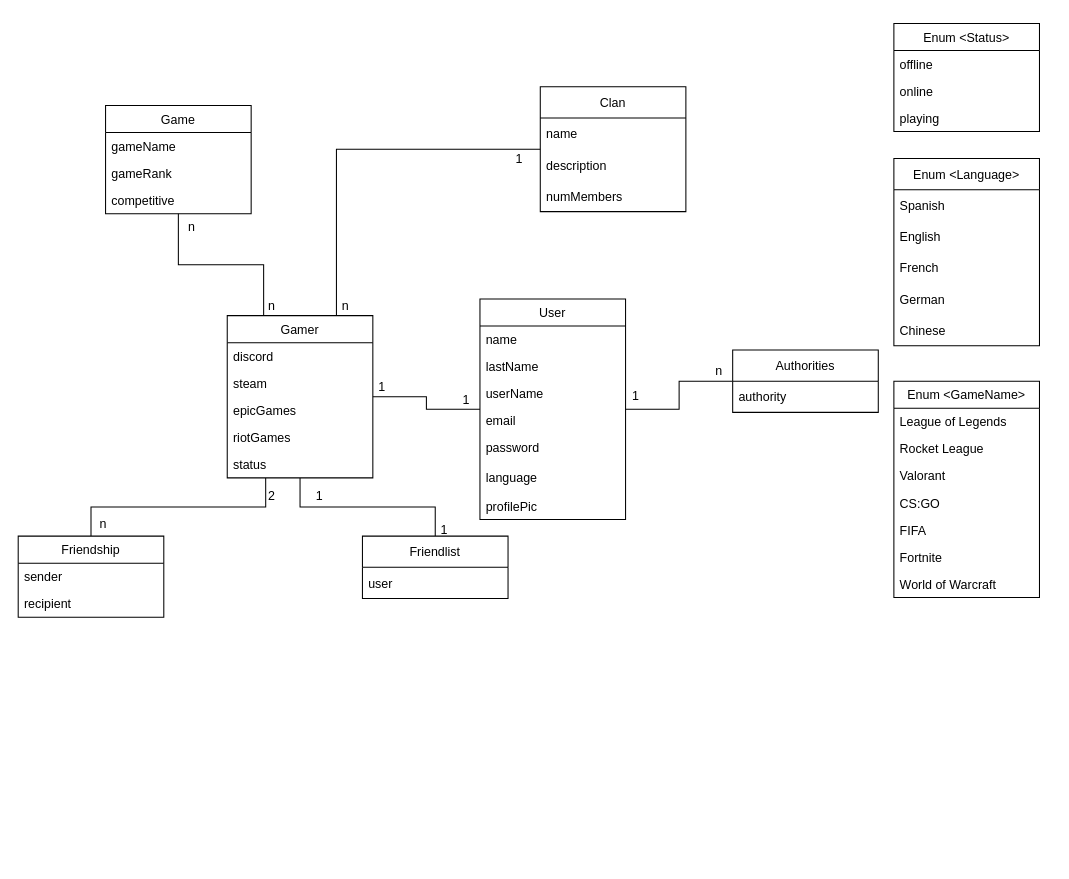
This is Documentación/UML.drawio from javmarjae/TFG, a draw.io file, before an edit. Source tidied: cells renumbered, new cells numbered last; positions are measured from the earlier drawing's top-left corner, leaving out a move shared by most shapes. Both pictures are drawn from the tidied source at 104%, with x=0, y=0 at pixel (18, 23).
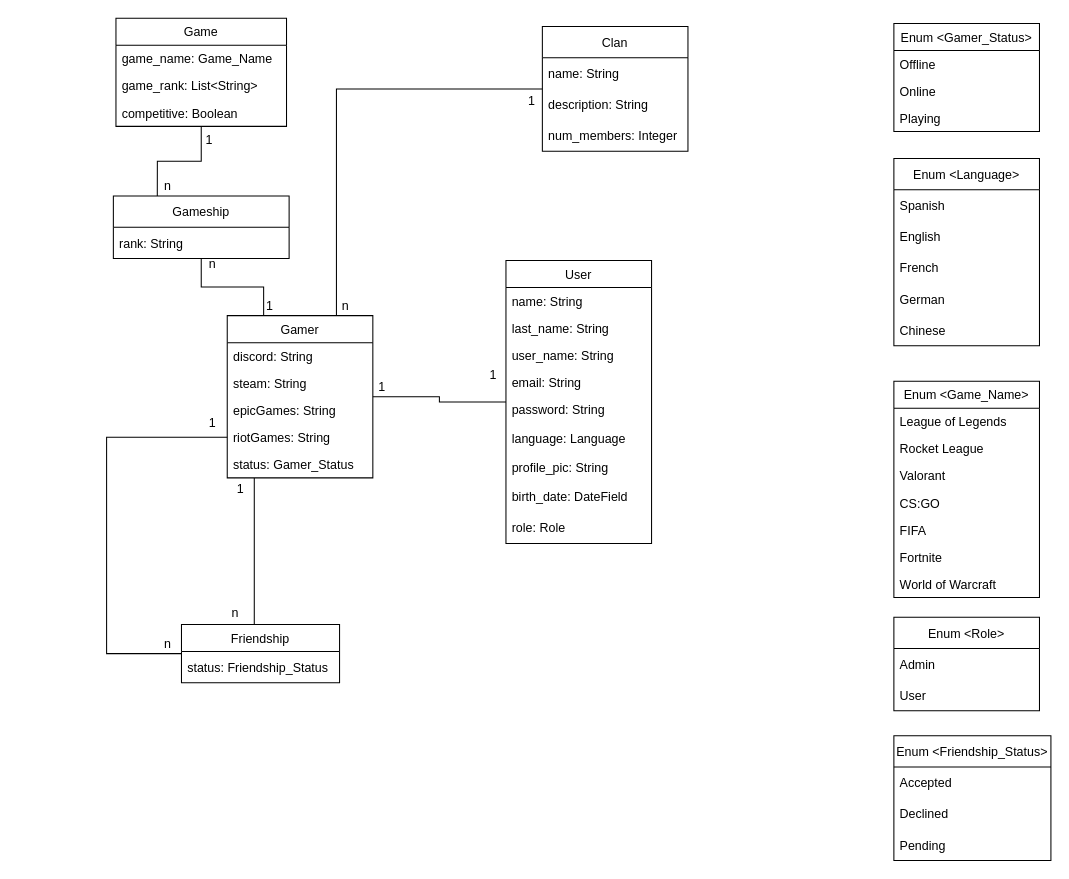
The same diagram, later.

Commit message (it also covers changes not shown here):
Fin UML e inicio de codigo

Unchanged cells that the change refers to:
```xml
<mxCell id="28" value="Gamer" style="swimlane;fontStyle=0;horizontal=1;startSize=26;fillColor=none;" parent="1" vertex="1">
  <mxGeometry x="201" y="281" width="140" height="156" as="geometry" />
</mxCell>
```

Change to the diagram source:
```diff
@@
     <mxCell id="3" value="User" style="swimlane;fontStyle=0;horizontal=1;startSize=26;fillColor=none;" parent="1" vertex="1">
-      <mxGeometry x="444" y="265" width="140" height="212" as="geometry" />
+      <mxGeometry x="469" y="228" width="140" height="272" as="geometry" />
     </mxCell>
-    <mxCell id="4" value="name" style="text;strokeColor=none;fillColor=none;align=left;verticalAlign=top;spacingLeft=4;spacingRight=4;overflow=hidden;" parent="3" vertex="1">
+    <mxCell id="4" value="name: String" style="text;strokeColor=none;fillColor=none;align=left;verticalAlign=top;spacingLeft=4;spacingRight=4;overflow=hidden;" parent="3" vertex="1">
       <mxGeometry y="26" width="140" height="26" as="geometry" />
     </mxCell>
-    <mxCell id="5" value="lastName" style="text;strokeColor=none;fillColor=none;align=left;verticalAlign=top;spacingLeft=4;spacingRight=4;overflow=hidden;" parent="3" vertex="1">
+    <mxCell id="5" value="last_name: String" style="text;strokeColor=none;fillColor=none;align=left;verticalAlign=top;spacingLeft=4;spacingRight=4;overflow=hidden;" parent="3" vertex="1">
       <mxGeometry y="52" width="140" height="26" as="geometry" />
     </mxCell>
-    <mxCell id="6" value="userName" style="text;strokeColor=none;fillColor=none;align=left;verticalAlign=top;spacingLeft=4;spacingRight=4;overflow=hidden;" parent="3" vertex="1">
+    <mxCell id="6" value="user_name: String" style="text;strokeColor=none;fillColor=none;align=left;verticalAlign=top;spacingLeft=4;spacingRight=4;overflow=hidden;" parent="3" vertex="1">
       <mxGeometry y="78" width="140" height="26" as="geometry" />
     </mxCell>
-    <mxCell id="7" value="email" style="text;strokeColor=none;fillColor=none;align=left;verticalAlign=top;spacingLeft=4;spacingRight=4;overflow=hidden;" parent="3" vertex="1">
+    <mxCell id="7" value="email: String" style="text;strokeColor=none;fillColor=none;align=left;verticalAlign=top;spacingLeft=4;spacingRight=4;overflow=hidden;" parent="3" vertex="1">
       <mxGeometry y="104" width="140" height="26" as="geometry" />
     </mxCell>
-    <mxCell id="8" value="password" style="text;strokeColor=none;fillColor=none;align=left;verticalAlign=top;spacingLeft=4;spacingRight=4;overflow=hidden;" parent="3" vertex="1">
+    <mxCell id="8" value="password: String" style="text;strokeColor=none;fillColor=none;align=left;verticalAlign=top;spacingLeft=4;spacingRight=4;overflow=hidden;" parent="3" vertex="1">
       <mxGeometry y="130" width="140" height="26" as="geometry" />
     </mxCell>
-    <mxCell id="9" value="language" style="text;strokeColor=none;fillColor=none;align=left;verticalAlign=middle;spacingLeft=4;spacingRight=4;overflow=hidden;" parent="3" vertex="1">
+    <mxCell id="9" value="language: Language" style="text;strokeColor=none;fillColor=none;align=left;verticalAlign=middle;spacingLeft=4;spacingRight=4;overflow=hidden;" parent="3" vertex="1">
       <mxGeometry y="156" width="140" height="30" as="geometry" />
     </mxCell>
-    <mxCell id="10" value="profilePic" style="text;strokeColor=none;fillColor=none;align=left;verticalAlign=top;spacingLeft=4;spacingRight=4;overflow=hidden;" parent="3" vertex="1">
+    <mxCell id="10" value="profile_pic: String" style="text;strokeColor=none;fillColor=none;align=left;verticalAlign=top;spacingLeft=4;spacingRight=4;overflow=hidden;" parent="3" vertex="1">
       <mxGeometry y="186" width="140" height="26" as="geometry" />
     </mxCell>
+    <mxCell id="67" value="birth_date: DateField" style="text;strokeColor=none;fillColor=none;align=left;verticalAlign=middle;spacingLeft=4;spacingRight=4;overflow=hidden;" parent="3" vertex="1">
+      <mxGeometry y="212" width="140" height="30" as="geometry" />
+    </mxCell>
+    <mxCell id="68" value="role: Role" style="text;strokeColor=none;fillColor=none;align=left;verticalAlign=middle;spacingLeft=4;spacingRight=4;overflow=hidden;" parent="3" vertex="1">
+      <mxGeometry y="242" width="140" height="30" as="geometry" />
+    </mxCell>
     <mxCell id="11" value="Game" style="swimlane;fontStyle=0;horizontal=1;startSize=26;fillColor=none;" parent="1" vertex="1">
-      <mxGeometry x="84" y="79" width="140" height="104" as="geometry" />
+      <mxGeometry x="94" y="-5" width="164" height="104" as="geometry" />
     </mxCell>
-    <mxCell id="12" value="gameName" style="text;strokeColor=none;fillColor=none;align=left;verticalAlign=top;spacingLeft=4;spacingRight=4;overflow=hidden;" parent="11" vertex="1">
-      <mxGeometry y="26" width="140" height="26" as="geometry" />
+    <mxCell id="12" value="game_name: Game_Name" style="text;strokeColor=none;fillColor=none;align=left;verticalAlign=top;spacingLeft=4;spacingRight=4;overflow=hidden;" parent="11" vertex="1">
+      <mxGeometry y="26" width="164" height="26" as="geometry" />
     </mxCell>
-    <mxCell id="13" value="gameRank" style="text;strokeColor=none;fillColor=none;align=left;verticalAlign=top;spacingLeft=4;spacingRight=4;overflow=hidden;" parent="11" vertex="1">
-      <mxGeometry y="52" width="140" height="26" as="geometry" />
+    <mxCell id="13" value="game_rank: List&lt;String&gt;" style="text;strokeColor=none;fillColor=none;align=left;verticalAlign=top;spacingLeft=4;spacingRight=4;overflow=hidden;" parent="11" vertex="1">
+      <mxGeometry y="52" width="164" height="26" as="geometry" />
     </mxCell>
-    <mxCell id="14" value="competitive" style="text;strokeColor=none;fillColor=none;align=left;verticalAlign=top;spacingLeft=4;spacingRight=4;overflow=hidden;" parent="11" vertex="1">
-      <mxGeometry y="78" width="140" height="26" as="geometry" />
+    <mxCell id="14" value="competitive: Boolean&#10;" style="text;strokeColor=none;fillColor=none;align=left;verticalAlign=top;spacingLeft=4;spacingRight=4;overflow=hidden;" parent="11" vertex="1">
+      <mxGeometry y="78" width="164" height="26" as="geometry" />
     </mxCell>
-    <mxCell id="15" value="Enum &lt;GameName&gt;" style="swimlane;fontStyle=0;horizontal=1;startSize=26;fillColor=none;" parent="1" vertex="1">
+    <mxCell id="15" value="Enum &lt;Game_Name&gt;" style="swimlane;fontStyle=0;horizontal=1;startSize=26;fillColor=none;" parent="1" vertex="1">
       <mxGeometry x="842" y="344" width="140" height="208" as="geometry" />
     </mxCell>
@@
-    <mxCell id="23" style="edgeStyle=orthogonalEdgeStyle;rounded=0;jettySize=auto;html=1;endArrow=none;endFill=0;entryX=0.264;entryY=1;entryDx=0;entryDy=0;entryPerimeter=0;" parent="1" edge="1" source="24" target="33">
-      <mxGeometry relative="1" as="geometry" />
-    </mxCell>
-    <mxCell id="24" value="Friendship" style="swimlane;fontStyle=0;horizontal=1;startSize=26;fillColor=none;" parent="1" vertex="1">
-      <mxGeometry y="493" width="140" height="78" as="geometry" />
-    </mxCell>
-    <mxCell id="25" value="sender" style="text;strokeColor=none;fillColor=none;align=left;verticalAlign=top;spacingLeft=4;spacingRight=4;overflow=hidden;" parent="24" vertex="1">
-      <mxGeometry y="26" width="140" height="26" as="geometry" />
-    </mxCell>
-    <mxCell id="26" value="recipient" style="text;strokeColor=none;fillColor=none;align=left;verticalAlign=top;spacingLeft=4;spacingRight=4;overflow=hidden;" parent="24" vertex="1">
-      <mxGeometry y="52" width="140" height="26" as="geometry" />
-    </mxCell>
-    <mxCell id="27" style="edgeStyle=orthogonalEdgeStyle;rounded=0;jettySize=auto;html=1;endArrow=none;endFill=0;exitX=0.25;exitY=0;exitDx=0;exitDy=0;" parent="1" edge="1" source="28" target="11">
+    <mxCell id="27" style="edgeStyle=orthogonalEdgeStyle;rounded=0;jettySize=auto;html=1;endArrow=none;endFill=0;exitX=0.25;exitY=0;exitDx=0;exitDy=0;startArrow=none;" parent="1" edge="1" source="79" target="11">
       <mxGeometry relative="1" as="geometry" />
     </mxCell>
@@
-    <mxCell id="29" value="discord" style="text;strokeColor=none;fillColor=none;align=left;verticalAlign=top;spacingLeft=4;spacingRight=4;overflow=hidden;" parent="28" vertex="1">
+    <mxCell id="29" value="discord: String" style="text;strokeColor=none;fillColor=none;align=left;verticalAlign=top;spacingLeft=4;spacingRight=4;overflow=hidden;" parent="28" vertex="1">
       <mxGeometry y="26" width="140" height="26" as="geometry" />
     </mxCell>
-    <mxCell id="30" value="steam" style="text;strokeColor=none;fillColor=none;align=left;verticalAlign=top;spacingLeft=4;spacingRight=4;overflow=hidden;" parent="28" vertex="1">
+    <mxCell id="30" value="steam: String" style="text;strokeColor=none;fillColor=none;align=left;verticalAlign=top;spacingLeft=4;spacingRight=4;overflow=hidden;" parent="28" vertex="1">
       <mxGeometry y="52" width="140" height="26" as="geometry" />
     </mxCell>
-    <mxCell id="31" value="epicGames" style="text;strokeColor=none;fillColor=none;align=left;verticalAlign=top;spacingLeft=4;spacingRight=4;overflow=hidden;" parent="28" vertex="1">
+    <mxCell id="31" value="epicGames: String" style="text;strokeColor=none;fillColor=none;align=left;verticalAlign=top;spacingLeft=4;spacingRight=4;overflow=hidden;" parent="28" vertex="1">
       <mxGeometry y="78" width="140" height="26" as="geometry" />
     </mxCell>
-    <mxCell id="32" value="riotGames" style="text;strokeColor=none;fillColor=none;align=left;verticalAlign=top;spacingLeft=4;spacingRight=4;overflow=hidden;points=[[0,0.5],[1,0.5]];portConstraint=eastwest;" parent="28" vertex="1">
+    <mxCell id="32" value="riotGames: String" style="text;strokeColor=none;fillColor=none;align=left;verticalAlign=top;spacingLeft=4;spacingRight=4;overflow=hidden;points=[[0,0.5],[1,0.5]];portConstraint=eastwest;" parent="28" vertex="1">
       <mxGeometry y="104" width="140" height="26" as="geometry" />
     </mxCell>
-    <mxCell id="33" value="status" style="text;strokeColor=none;fillColor=none;align=left;verticalAlign=top;spacingLeft=4;spacingRight=4;overflow=hidden;points=[[0,0.5],[1,0.5]];portConstraint=eastwest;" parent="28" vertex="1">
+    <mxCell id="33" value="status: Gamer_Status" style="text;strokeColor=none;fillColor=none;align=left;verticalAlign=top;spacingLeft=4;spacingRight=4;overflow=hidden;points=[[0,0.5],[1,0.5]];portConstraint=eastwest;" parent="28" vertex="1">
       <mxGeometry y="130" width="140" height="26" as="geometry" />
     </mxCell>
-    <mxCell id="34" value="Enum &lt;Status&gt;" style="swimlane;fontStyle=0;horizontal=1;startSize=26;fillColor=none;" parent="1" vertex="1">
+    <mxCell id="34" value="Enum &lt;Gamer_Status&gt;" style="swimlane;fontStyle=0;horizontal=1;startSize=26;fillColor=none;" parent="1" vertex="1">
       <mxGeometry x="842" width="140" height="104" as="geometry" />
     </mxCell>
-    <mxCell id="35" value="offline" style="text;strokeColor=none;fillColor=none;align=left;verticalAlign=top;spacingLeft=4;spacingRight=4;overflow=hidden;" parent="34" vertex="1">
+    <mxCell id="35" value="Offline" style="text;strokeColor=none;fillColor=none;align=left;verticalAlign=top;spacingLeft=4;spacingRight=4;overflow=hidden;" parent="34" vertex="1">
       <mxGeometry y="26" width="140" height="26" as="geometry" />
     </mxCell>
-    <mxCell id="36" value="online" style="text;strokeColor=none;fillColor=none;align=left;verticalAlign=top;spacingLeft=4;spacingRight=4;overflow=hidden;" parent="34" vertex="1">
+    <mxCell id="36" value="Online" style="text;strokeColor=none;fillColor=none;align=left;verticalAlign=top;spacingLeft=4;spacingRight=4;overflow=hidden;" parent="34" vertex="1">
       <mxGeometry y="52" width="140" height="26" as="geometry" />
     </mxCell>
-    <mxCell id="37" value="playing" style="text;strokeColor=none;fillColor=none;align=left;verticalAlign=top;spacingLeft=4;spacingRight=4;overflow=hidden;" parent="34" vertex="1">
+    <mxCell id="37" value="Playing" style="text;strokeColor=none;fillColor=none;align=left;verticalAlign=top;spacingLeft=4;spacingRight=4;overflow=hidden;" parent="34" vertex="1">
       <mxGeometry y="78" width="140" height="26" as="geometry" />
     </mxCell>
-    <mxCell id="38" style="edgeStyle=orthogonalEdgeStyle;rounded=0;jettySize=auto;html=1;endArrow=none;endFill=0;" parent="1" edge="1" source="39" target="3">
-      <mxGeometry relative="1" as="geometry" />
-    </mxCell>
-    <mxCell id="39" value="Authorities" style="swimlane;fontStyle=0;horizontal=1;startSize=30;" parent="1" vertex="1">
-      <mxGeometry x="687" y="314" width="140" height="60" as="geometry" />
-    </mxCell>
-    <mxCell id="40" value="authority" style="text;strokeColor=none;fillColor=none;align=left;verticalAlign=middle;spacingLeft=4;spacingRight=4;overflow=hidden;" parent="39" vertex="1">
-      <mxGeometry y="30" width="140" height="30" as="geometry" />
-    </mxCell>
@@
     <mxCell id="42" value="Clan" style="swimlane;fontStyle=0;horizontal=1;startSize=30;" parent="1" vertex="1">
-      <mxGeometry x="502" y="61" width="140" height="120" as="geometry" />
+      <mxGeometry x="504" y="3" width="140" height="120" as="geometry" />
     </mxCell>
-    <mxCell id="43" value="name" style="text;strokeColor=none;fillColor=none;align=left;verticalAlign=middle;spacingLeft=4;spacingRight=4;overflow=hidden;" parent="42" vertex="1">
+    <mxCell id="43" value="name: String" style="text;strokeColor=none;fillColor=none;align=left;verticalAlign=middle;spacingLeft=4;spacingRight=4;overflow=hidden;" parent="42" vertex="1">
       <mxGeometry y="30" width="140" height="30" as="geometry" />
     </mxCell>
-    <mxCell id="44" value="description" style="text;strokeColor=none;fillColor=none;align=left;verticalAlign=middle;spacingLeft=4;spacingRight=4;overflow=hidden;" parent="42" vertex="1">
+    <mxCell id="44" value="description: String" style="text;strokeColor=none;fillColor=none;align=left;verticalAlign=middle;spacingLeft=4;spacingRight=4;overflow=hidden;" parent="42" vertex="1">
       <mxGeometry y="60" width="140" height="30" as="geometry" />
     </mxCell>
-    <mxCell id="45" value="numMembers" style="text;strokeColor=none;fillColor=none;align=left;verticalAlign=middle;spacingLeft=4;spacingRight=4;overflow=hidden;" parent="42" vertex="1">
+    <mxCell id="45" value="num_members: Integer" style="text;strokeColor=none;fillColor=none;align=left;verticalAlign=middle;spacingLeft=4;spacingRight=4;overflow=hidden;" parent="42" vertex="1">
       <mxGeometry y="90" width="140" height="30" as="geometry" />
     </mxCell>
@@
     <mxCell id="47" value="1" style="text;html=1;strokeColor=none;fillColor=none;align=center;verticalAlign=middle;whiteSpace=wrap;rounded=0;" parent="1" vertex="1">
-      <mxGeometry x="401" y="347" width="60" height="30" as="geometry" />
+      <mxGeometry x="427" y="323" width="60" height="30" as="geometry" />
     </mxCell>
-    <mxCell id="48" value="n" style="text;html=1;strokeColor=none;fillColor=none;align=center;verticalAlign=middle;whiteSpace=wrap;rounded=0;" parent="1" vertex="1">
-      <mxGeometry x="644" y="320" width="60" height="30" as="geometry" />
-    </mxCell>
-    <mxCell id="49" value="1" style="text;html=1;strokeColor=none;fillColor=none;align=center;verticalAlign=middle;whiteSpace=wrap;rounded=0;" parent="1" vertex="1">
-      <mxGeometry x="564" y="344" width="60" height="30" as="geometry" />
-    </mxCell>
     <mxCell id="50" value="n" style="text;html=1;strokeColor=none;fillColor=none;align=center;verticalAlign=middle;whiteSpace=wrap;rounded=0;" parent="1" vertex="1">
-      <mxGeometry x="137" y="181" width="60" height="30" as="geometry" />
+      <mxGeometry x="114" y="142" width="60" height="30" as="geometry" />
     </mxCell>
     <mxCell id="51" value="n" style="text;html=1;strokeColor=none;fillColor=none;align=center;verticalAlign=middle;whiteSpace=wrap;rounded=0;" parent="1" vertex="1">
-      <mxGeometry x="214" y="257" width="60" height="30" as="geometry" />
+      <mxGeometry x="157" y="217" width="60" height="30" as="geometry" />
     </mxCell>
@@
     <mxCell id="53" value="1" style="text;html=1;strokeColor=none;fillColor=none;align=center;verticalAlign=middle;whiteSpace=wrap;rounded=0;" parent="1" vertex="1">
-      <mxGeometry x="452" y="116" width="60" height="30" as="geometry" />
+      <mxGeometry x="464" y="60" width="60" height="30" as="geometry" />
     </mxCell>
-    <mxCell id="54" value="2" style="text;html=1;strokeColor=none;fillColor=none;align=center;verticalAlign=middle;whiteSpace=wrap;rounded=0;" parent="1" vertex="1">
-      <mxGeometry x="214" y="440" width="60" height="30" as="geometry" />
-    </mxCell>
-    <mxCell id="55" value="n" style="text;html=1;strokeColor=none;fillColor=none;align=center;verticalAlign=middle;whiteSpace=wrap;rounded=0;" parent="1" vertex="1">
-      <mxGeometry x="52" y="467" width="60" height="30" as="geometry" />
-    </mxCell>
@@
-    <mxCell id="62" style="edgeStyle=orthogonalEdgeStyle;rounded=0;jettySize=auto;html=1;endArrow=none;endFill=0;" parent="1" edge="1" source="63" target="28">
-      <mxGeometry relative="1" as="geometry" />
-    </mxCell>
-    <mxCell id="63" value="Friendlist" style="swimlane;fontStyle=0;horizontal=1;startSize=30;" parent="1" vertex="1">
-      <mxGeometry x="331" y="493" width="140" height="60" as="geometry" />
-    </mxCell>
-    <mxCell id="64" value="user" style="text;strokeColor=none;fillColor=none;align=left;verticalAlign=middle;spacingLeft=4;spacingRight=4;overflow=hidden;" parent="63" vertex="1">
-      <mxGeometry y="30" width="140" height="30" as="geometry" />
-    </mxCell>
-    <mxCell id="65" value="1" style="text;html=1;strokeColor=none;fillColor=none;align=center;verticalAlign=middle;whiteSpace=wrap;rounded=0;" parent="1" vertex="1">
-      <mxGeometry x="260" y="440" width="60" height="30" as="geometry" />
-    </mxCell>
-    <mxCell id="66" value="1" style="text;html=1;strokeColor=none;fillColor=none;align=center;verticalAlign=middle;whiteSpace=wrap;rounded=0;" parent="1" vertex="1">
-      <mxGeometry x="380" y="472" width="60" height="30" as="geometry" />
-    </mxCell>
+    <mxCell id="69" value="Enum &lt;Role&gt;" style="swimlane;fontStyle=0;horizontal=1;startSize=30;" parent="1" vertex="1">
+      <mxGeometry x="842" y="571" width="140" height="90" as="geometry" />
+    </mxCell>
+    <mxCell id="70" value="Admin" style="text;strokeColor=none;fillColor=none;align=left;verticalAlign=middle;spacingLeft=4;spacingRight=4;overflow=hidden;" parent="69" vertex="1">
+      <mxGeometry y="30" width="140" height="30" as="geometry" />
+    </mxCell>
+    <mxCell id="71" value="User" style="text;strokeColor=none;fillColor=none;align=left;verticalAlign=middle;spacingLeft=4;spacingRight=4;overflow=hidden;" parent="69" vertex="1">
+      <mxGeometry y="60" width="140" height="30" as="geometry" />
+    </mxCell>
+    <mxCell id="72" style="edgeStyle=orthogonalEdgeStyle;rounded=0;jettySize=auto;html=1;endArrow=none;endFill=0;" parent="1" edge="1" source="24" target="28">
+      <mxGeometry relative="1" as="geometry">
+        <Array as="points">
+          <mxPoint x="227" y="475" />
+          <mxPoint x="227" y="475" />
+        </Array>
+      </mxGeometry>
+    </mxCell>
+    <mxCell id="73" style="edgeStyle=orthogonalEdgeStyle;rounded=0;jettySize=auto;html=1;endArrow=none;endFill=0;entryX=0;entryY=0.5;entryDx=0;entryDy=0;" parent="1" edge="1" source="24" target="32">
+      <mxGeometry relative="1" as="geometry">
+        <Array as="points">
+          <mxPoint x="85" y="606" />
+          <mxPoint x="85" y="398" />
+        </Array>
+      </mxGeometry>
+    </mxCell>
+    <mxCell id="24" value="Friendship" style="swimlane;fontStyle=0;horizontal=1;startSize=26;fillColor=none;" parent="1" vertex="1">
+      <mxGeometry x="157" y="578" width="152" height="56" as="geometry" />
+    </mxCell>
+    <mxCell id="74" value="status: Friendship_Status" style="text;strokeColor=none;fillColor=none;align=left;verticalAlign=middle;spacingLeft=4;spacingRight=4;overflow=hidden;" parent="24" vertex="1">
+      <mxGeometry y="26" width="152" height="30" as="geometry" />
+    </mxCell>
+    <mxCell id="75" value="1" style="text;html=1;strokeColor=none;fillColor=none;align=center;verticalAlign=middle;whiteSpace=wrap;rounded=0;" parent="1" vertex="1">
+      <mxGeometry x="184" y="433" width="60" height="30" as="geometry" />
+    </mxCell>
+    <mxCell id="76" value="n" style="text;html=1;strokeColor=none;fillColor=none;align=center;verticalAlign=middle;whiteSpace=wrap;rounded=0;" parent="1" vertex="1">
+      <mxGeometry x="179" y="552" width="60" height="30" as="geometry" />
+    </mxCell>
+    <mxCell id="77" value="1" style="text;html=1;strokeColor=none;fillColor=none;align=center;verticalAlign=middle;whiteSpace=wrap;rounded=0;" parent="1" vertex="1">
+      <mxGeometry x="157" y="370" width="60" height="30" as="geometry" />
+    </mxCell>
+    <mxCell id="78" value="n" style="text;html=1;strokeColor=none;fillColor=none;align=center;verticalAlign=middle;whiteSpace=wrap;rounded=0;" parent="1" vertex="1">
+      <mxGeometry x="114" y="582" width="60" height="30" as="geometry" />
+    </mxCell>
+    <mxCell id="79" value="Gameship" style="swimlane;fontStyle=0;horizontal=1;startSize=30;" parent="1" vertex="1">
+      <mxGeometry x="91.5" y="166" width="169" height="60" as="geometry" />
+    </mxCell>
+    <mxCell id="80" value="rank: String" style="text;strokeColor=none;fillColor=none;align=left;verticalAlign=middle;spacingLeft=4;spacingRight=4;overflow=hidden;" parent="79" vertex="1">
+      <mxGeometry y="30" width="169" height="30" as="geometry" />
+    </mxCell>
+    <mxCell id="81" style="edgeStyle=orthogonalEdgeStyle;rounded=0;jettySize=auto;html=1;endArrow=none;endFill=0;exitX=0.25;exitY=0;exitDx=0;exitDy=0;" parent="1" edge="1" source="28" target="79">
+      <mxGeometry relative="1" as="geometry" />
+    </mxCell>
+    <mxCell id="82" value="1" style="text;html=1;strokeColor=none;fillColor=none;align=center;verticalAlign=middle;whiteSpace=wrap;rounded=0;" parent="1" vertex="1">
+      <mxGeometry x="154" y="97" width="60" height="30" as="geometry" />
+    </mxCell>
+    <mxCell id="83" value="1" style="text;html=1;strokeColor=none;fillColor=none;align=center;verticalAlign=middle;whiteSpace=wrap;rounded=0;" parent="1" vertex="1">
+      <mxGeometry x="212" y="257" width="60" height="30" as="geometry" />
+    </mxCell>
+    <mxCell id="84" value="Enum &lt;Friendship_Status&gt;" style="swimlane;fontStyle=0;horizontal=1;startSize=30;" parent="1" vertex="1">
+      <mxGeometry x="842" y="685" width="151" height="120" as="geometry" />
+    </mxCell>
+    <mxCell id="85" value="Accepted" style="text;strokeColor=none;fillColor=none;align=left;verticalAlign=middle;spacingLeft=4;spacingRight=4;overflow=hidden;" parent="84" vertex="1">
+      <mxGeometry y="30" width="151" height="30" as="geometry" />
+    </mxCell>
+    <mxCell id="86" value="Declined" style="text;strokeColor=none;fillColor=none;align=left;verticalAlign=middle;spacingLeft=4;spacingRight=4;overflow=hidden;" parent="84" vertex="1">
+      <mxGeometry y="60" width="151" height="30" as="geometry" />
+    </mxCell>
+    <mxCell id="87" value="Pending" style="text;strokeColor=none;fillColor=none;align=left;verticalAlign=middle;spacingLeft=4;spacingRight=4;overflow=hidden;" parent="84" vertex="1">
+      <mxGeometry y="90" width="151" height="30" as="geometry" />
+    </mxCell>
```
